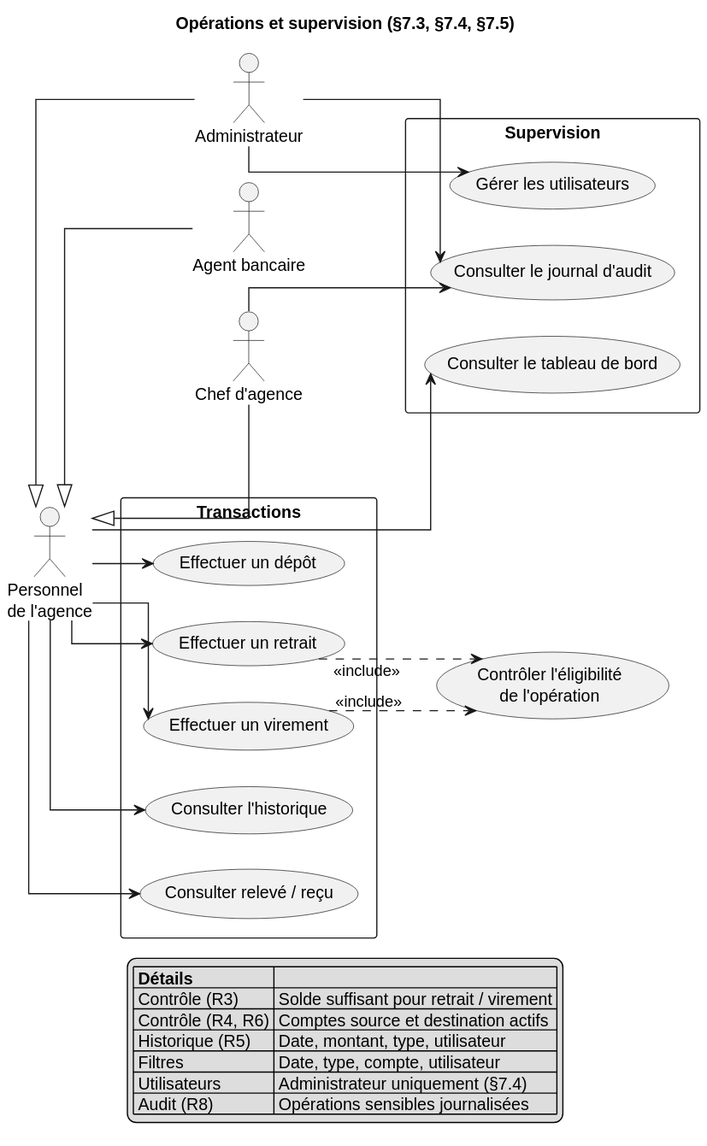
This is documentation/uml/cas-utilisation/02-operations-supervision.svg from aminabensouda106-gif/banque1, a PlantUML export, as it was before one commit.
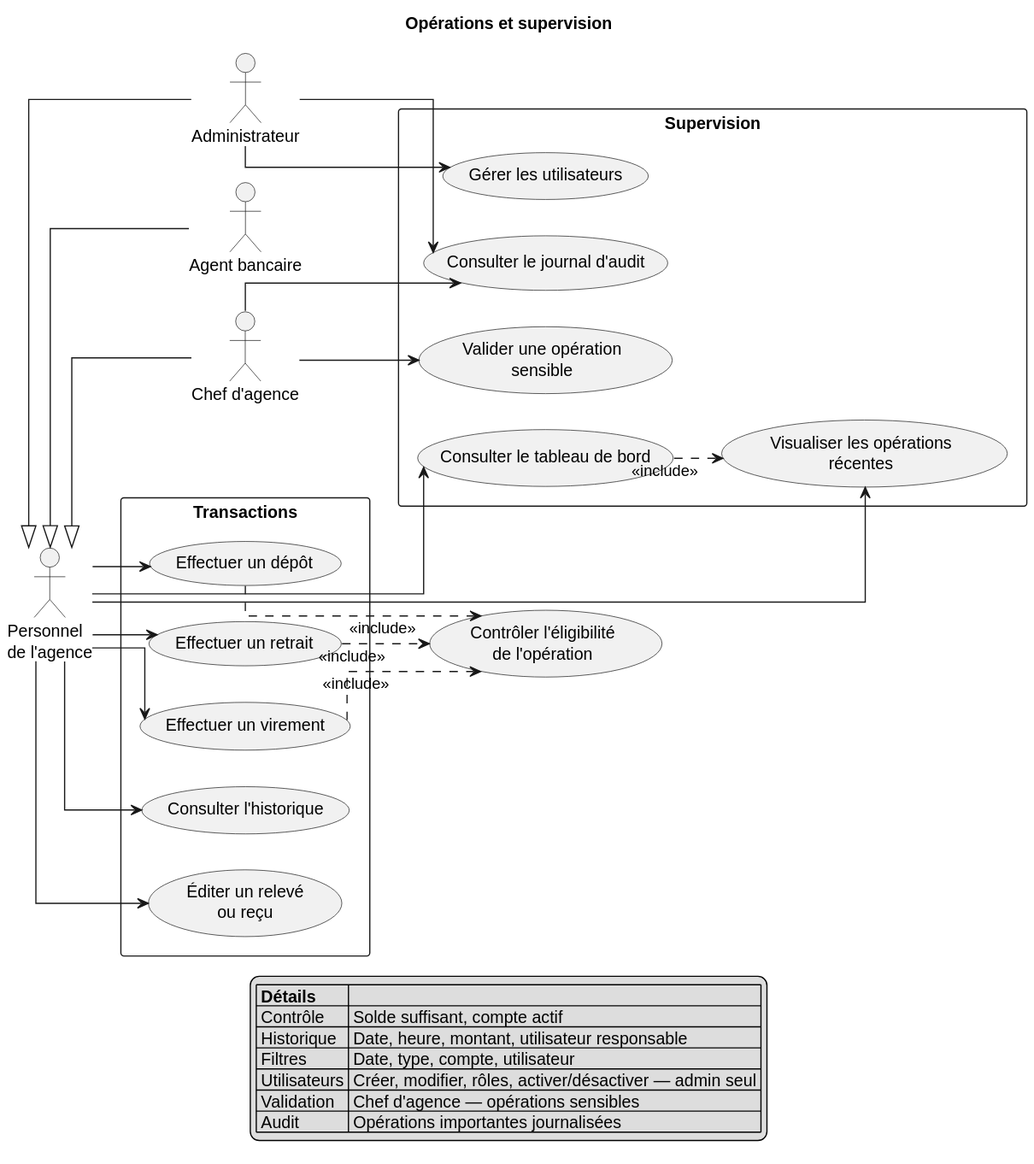
After the change.

What changed in the source:
```diff
@@ -6,7 +6,7 @@
 skinparam ranksep 40
 skinparam linetype ortho
 
-title Opérations et supervision (§7.3, §7.4, §7.5)
+title Opérations et supervision
 
 actor "Personnel\nde l'agence" as personnel
 
@@ -23,13 +23,15 @@
   usecase "Effectuer un retrait" as UC_RETRAIT
   usecase "Effectuer un virement" as UC_VIREMENT
   usecase "Consulter l'historique" as UC_HIST
-  usecase "Consulter relevé / reçu" as UC_RELEVE
+  usecase "Éditer un relevé\nou reçu" as UC_RELEVE
 }
 
 rectangle "Supervision" {
   usecase "Consulter le tableau de bord" as UC_DASH
+  usecase "Visualiser les opérations\nrécentes" as UC_RECENT
   usecase "Gérer les utilisateurs" as UC_USERS
   usecase "Consulter le journal d'audit" as UC_AUDIT_VIEW
+  usecase "Valider une opération\nsensible" as UC_VALIDATE
 }
 
 usecase "Contrôler l'éligibilité\nde l'opération" as UC_CHECK
@@ -40,21 +42,25 @@
 personnel --> UC_HIST
 personnel --> UC_RELEVE
 personnel --> UC_DASH
+personnel --> UC_RECENT
 
 admin --> UC_USERS
 admin --> UC_AUDIT_VIEW
 chef --> UC_AUDIT_VIEW
+chef --> UC_VALIDATE
 
+UC_DEPOT ..> UC_CHECK : <<include>>
 UC_RETRAIT ..> UC_CHECK : <<include>>
 UC_VIREMENT ..> UC_CHECK : <<include>>
+UC_DASH ..> UC_RECENT : <<include>>
 
 legend bottom
   |= Détails |= |
-  | Contrôle (R3) | Solde suffisant pour retrait / virement |
-  | Contrôle (R4, R6) | Comptes source et destination actifs |
-  | Historique (R5) | Date, montant, type, utilisateur |
+  | Contrôle | Solde suffisant, compte actif |
+  | Historique | Date, heure, montant, utilisateur responsable |
   | Filtres | Date, type, compte, utilisateur |
-  | Utilisateurs | Administrateur uniquement (§7.4) |
-  | Audit (R8) | Opérations sensibles journalisées |
+  | Utilisateurs | Créer, modifier, rôles, activer/désactiver — admin seul |
+  | Validation | Chef d'agence — opérations sensibles |
+  | Audit | Opérations importantes journalisées |
 endlegend
 @enduml
```
